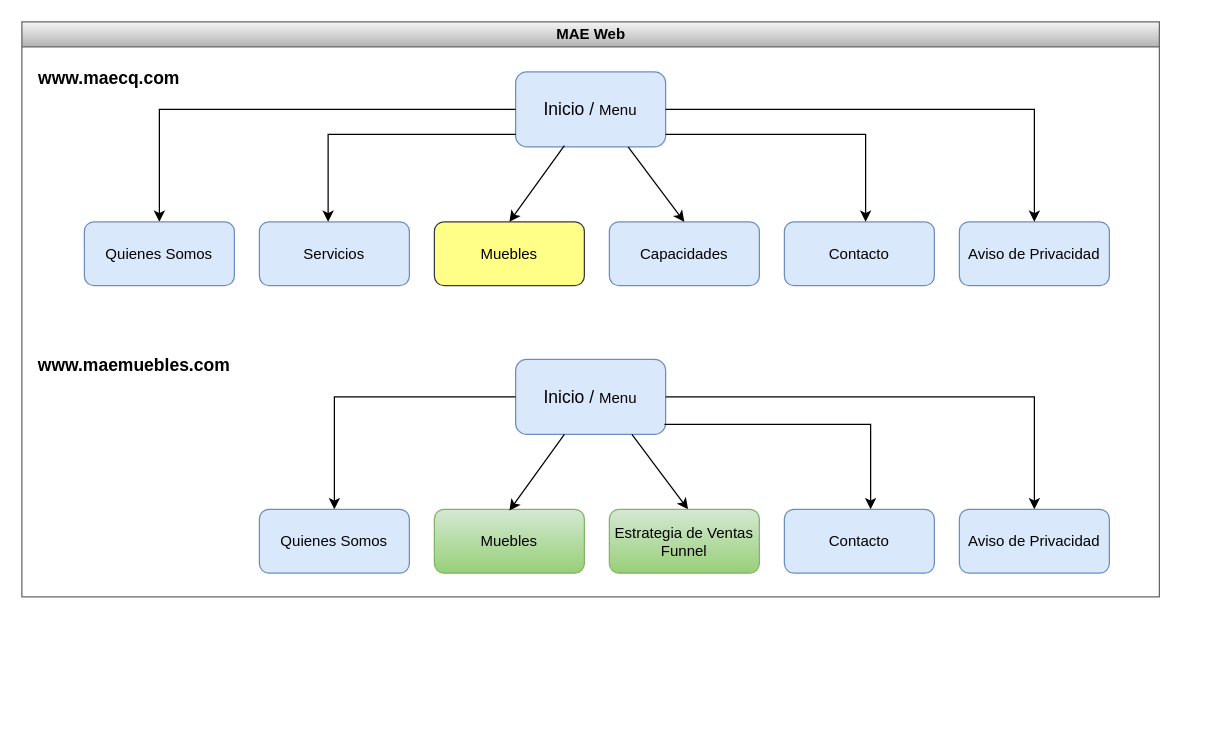
Before: Actual/Diagrama sin título.drawio in RaulGutierrezCarmona/Diagrams, a draw.io diagram. Source tidied: cells renumbered, new cells numbered last; positions are measured from the earlier drawing's top-left corner, leaving out a move shared by most shapes. Both pictures are drawn from the tidied source at 125%, with x=0, y=0 at pixel (21, 21).
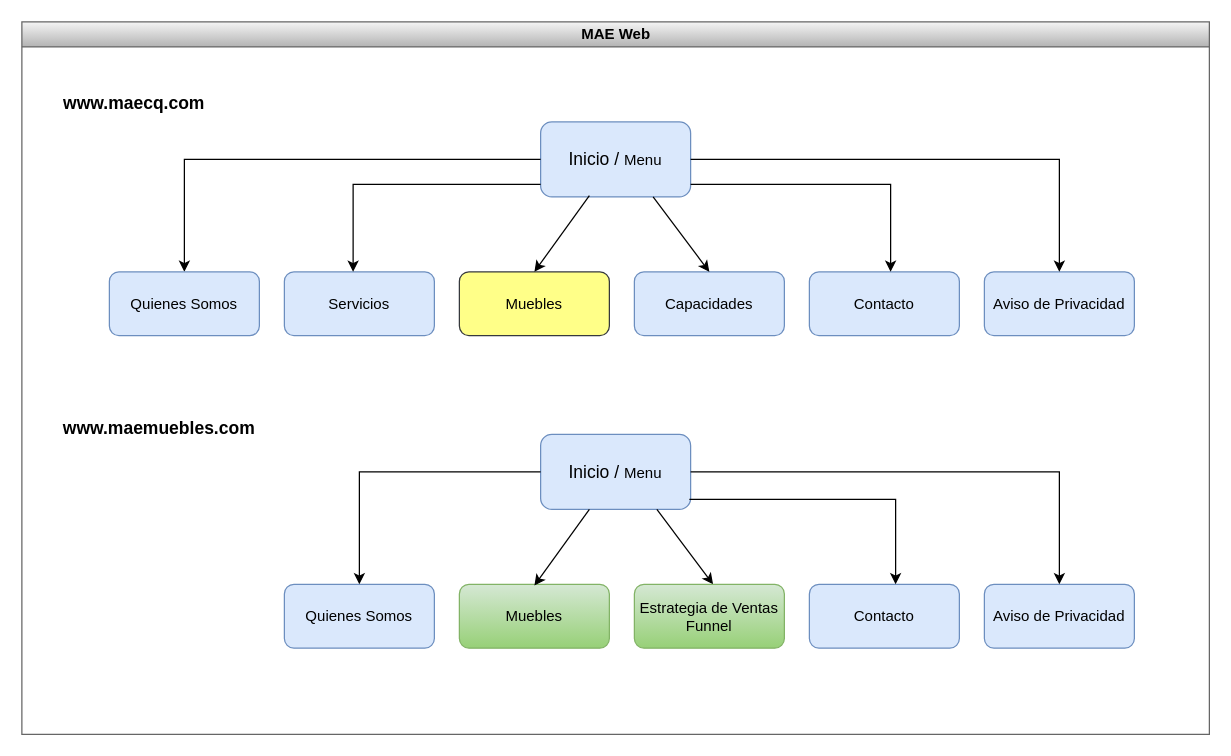
After the change.

Commit message:
Se centra diagrama completo.drawio

Diff of the diagram source:
```diff
@@
     <mxCell id="2" value="MAE Web" style="swimlane;html=1;startSize=20;horizontal=1;containerType=tree;glass=0;fillColor=#f5f5f5;gradientColor=#b3b3b3;strokeColor=#666666;" parent="1" vertex="1">
-      <mxGeometry width="910" height="460" as="geometry" />
+      <mxGeometry width="950" height="570" as="geometry" />
     </mxCell>
     <mxCell id="3" value="&lt;font style=&quot;font-size: 14px;&quot;&gt;Inicio / &lt;/font&gt;&lt;font style=&quot;font-size: 12px;&quot;&gt;Menu&lt;/font&gt;" style="rounded=1;whiteSpace=wrap;html=1;fillColor=#dae8fc;strokeColor=#6c8ebf;" parent="2" vertex="1">
-      <mxGeometry x="395" y="40" width="120" height="60" as="geometry" />
+      <mxGeometry x="415" y="80" width="120" height="60" as="geometry" />
     </mxCell>
     <mxCell id="4" style="edgeStyle=orthogonalEdgeStyle;rounded=0;jettySize=auto;html=1;fontSize=12;entryX=0.5;entryY=0;entryDx=0;entryDy=0;exitX=0;exitY=0.5;exitDx=0;exitDy=0;" parent="2" edge="1" source="3" target="5">
       <mxGeometry relative="1" as="geometry">
         <Array as="points">
-          <mxPoint x="110" y="70" />
+          <mxPoint x="130" y="110" />
         </Array>
       </mxGeometry>
     </mxCell>
     <mxCell id="5" value="&lt;font style=&quot;font-size: 12px;&quot;&gt;Quienes Somos&lt;/font&gt;" style="rounded=1;whiteSpace=wrap;html=1;fillColor=#dae8fc;strokeColor=#6c8ebf;" parent="2" vertex="1">
-      <mxGeometry x="50" y="160" width="120" height="51" as="geometry" />
+      <mxGeometry x="70" y="200" width="120" height="51" as="geometry" />
     </mxCell>
     <mxCell id="6" value="&lt;font style=&quot;font-size: 12px;&quot;&gt;Servicios&lt;/font&gt;" style="rounded=1;whiteSpace=wrap;html=1;fillColor=#dae8fc;strokeColor=#6c8ebf;" parent="2" vertex="1">
-      <mxGeometry x="190" y="160" width="120" height="51" as="geometry" />
+      <mxGeometry x="210" y="200" width="120" height="51" as="geometry" />
     </mxCell>
     <mxCell id="7" value="&lt;font style=&quot;font-size: 12px;&quot;&gt;Muebles&lt;/font&gt;" style="rounded=1;whiteSpace=wrap;html=1;fillColor=#ffff88;strokeColor=#36393d;" parent="2" vertex="1">
-      <mxGeometry x="330" y="160" width="120" height="51" as="geometry" />
+      <mxGeometry x="350" y="200" width="120" height="51" as="geometry" />
     </mxCell>
     <mxCell id="8" value="&lt;font style=&quot;font-size: 12px;&quot;&gt;Contacto&lt;/font&gt;" style="rounded=1;whiteSpace=wrap;html=1;fillColor=#dae8fc;strokeColor=#6c8ebf;" parent="2" vertex="1">
-      <mxGeometry x="610" y="160" width="120" height="51" as="geometry" />
+      <mxGeometry x="630" y="200" width="120" height="51" as="geometry" />
     </mxCell>
     <mxCell id="9" value="&lt;font style=&quot;font-size: 12px;&quot;&gt;Aviso de Privacidad&lt;br&gt;&lt;/font&gt;" style="rounded=1;whiteSpace=wrap;html=1;fillColor=#dae8fc;strokeColor=#6c8ebf;" parent="2" vertex="1">
-      <mxGeometry x="750" y="160" width="120" height="51" as="geometry" />
+      <mxGeometry x="770" y="200" width="120" height="51" as="geometry" />
     </mxCell>
     <mxCell id="10" value="&lt;font style=&quot;font-size: 12px;&quot;&gt;Capacidades&lt;/font&gt;" style="rounded=1;whiteSpace=wrap;html=1;fillColor=#dae8fc;strokeColor=#6c8ebf;" parent="2" vertex="1">
-      <mxGeometry x="470" y="160" width="120" height="51" as="geometry" />
+      <mxGeometry x="490" y="200" width="120" height="51" as="geometry" />
     </mxCell>
     <mxCell id="11" style="endArrow=classic;html=1;rounded=0;fontSize=12;entryX=0.5;entryY=0;entryDx=0;entryDy=0;exitX=0.042;exitY=0.833;exitDx=0;exitDy=0;exitPerimeter=0;" parent="2" edge="1">
       <mxGeometry relative="1" as="geometry">
-        <mxPoint x="395" y="90" as="sourcePoint" />
-        <mxPoint x="245" y="160" as="targetPoint" />
+        <mxPoint x="415" y="130" as="sourcePoint" />
+        <mxPoint x="265" y="200" as="targetPoint" />
         <Array as="points">
-          <mxPoint x="245" y="90" />
+          <mxPoint x="265" y="130" />
         </Array>
       </mxGeometry>
     </mxCell>
@@
     <mxCell id="14" style="endArrow=classic;html=1;rounded=0;fontSize=12;entryX=0.5;entryY=0;entryDx=0;entryDy=0;" parent="2" edge="1">
       <mxGeometry relative="1" as="geometry">
-        <mxPoint x="515" y="90" as="sourcePoint" />
-        <mxPoint x="675" y="160" as="targetPoint" />
+        <mxPoint x="535" y="130" as="sourcePoint" />
+        <mxPoint x="695" y="200" as="targetPoint" />
         <Array as="points">
-          <mxPoint x="675" y="90" />
+          <mxPoint x="695" y="130" />
         </Array>
       </mxGeometry>
     </mxCell>
     <mxCell id="15" style="endArrow=classic;html=1;rounded=0;fontSize=12;exitX=1;exitY=0.5;exitDx=0;exitDy=0;entryX=0.5;entryY=0;entryDx=0;entryDy=0;" parent="2" edge="1" source="3" target="9">
       <mxGeometry relative="1" as="geometry">
         <Array as="points">
-          <mxPoint x="810" y="70" />
+          <mxPoint x="830" y="110" />
         </Array>
       </mxGeometry>
     </mxCell>
     <mxCell id="16" value="&lt;b style=&quot;font-size: 14px;&quot;&gt;www.maecq.com&lt;/b&gt;" style="text;html=1;strokeColor=none;fillColor=none;align=center;verticalAlign=middle;whiteSpace=wrap;rounded=0;fontSize=14;" parent="2" vertex="1">
-      <mxGeometry x="40" y="30" width="60" height="30" as="geometry" />
+      <mxGeometry x="60" y="50" width="60" height="30" as="geometry" />
     </mxCell>
     <mxCell id="17" value="&lt;b style=&quot;font-size: 14px;&quot;&gt;www.maemuebles.com&lt;/b&gt;" style="text;html=1;strokeColor=none;fillColor=none;align=center;verticalAlign=middle;whiteSpace=wrap;rounded=0;fontSize=14;" parent="2" vertex="1">
-      <mxGeometry x="60" y="260" width="60" height="30" as="geometry" />
+      <mxGeometry x="80" y="310" width="60" height="30" as="geometry" />
     </mxCell>
     <mxCell id="18" value="&lt;font style=&quot;font-size: 14px;&quot;&gt;Inicio / &lt;/font&gt;&lt;font style=&quot;font-size: 12px;&quot;&gt;Menu&lt;/font&gt;" style="rounded=1;whiteSpace=wrap;html=1;fillColor=#dae8fc;strokeColor=#6c8ebf;" parent="2" vertex="1">
-      <mxGeometry x="395" y="270" width="120" height="60" as="geometry" />
+      <mxGeometry x="415" y="330" width="120" height="60" as="geometry" />
     </mxCell>
     <mxCell id="19" value="&lt;font style=&quot;font-size: 12px;&quot;&gt;Muebles&lt;/font&gt;" style="rounded=1;whiteSpace=wrap;html=1;fillColor=#d5e8d4;strokeColor=#82b366;gradientColor=#97d077;" parent="2" vertex="1">
-      <mxGeometry x="330" y="390" width="120" height="51" as="geometry" />
+      <mxGeometry x="350" y="450" width="120" height="51" as="geometry" />
     </mxCell>
     <mxCell id="20" style="endArrow=classic;html=1;rounded=0;fontSize=12;exitX=0.325;exitY=0.983;exitDx=0;exitDy=0;exitPerimeter=0;entryX=0.5;entryY=0;entryDx=0;entryDy=0;" parent="2" edge="1">
       <mxGeometry relative="1" as="geometry">
-        <mxPoint x="434" y="330" as="sourcePoint" />
-        <mxPoint x="390" y="391" as="targetPoint" />
+        <mxPoint x="454" y="390" as="sourcePoint" />
+        <mxPoint x="410" y="451" as="targetPoint" />
       </mxGeometry>
     </mxCell>
     <mxCell id="21" value="&lt;font style=&quot;font-size: 12px;&quot;&gt;Quienes Somos&lt;/font&gt;" style="rounded=1;whiteSpace=wrap;html=1;fillColor=#dae8fc;strokeColor=#6c8ebf;" parent="2" vertex="1">
-      <mxGeometry x="190" y="390" width="120" height="51" as="geometry" />
+      <mxGeometry x="210" y="450" width="120" height="51" as="geometry" />
     </mxCell>
     <mxCell id="22" style="edgeStyle=orthogonalEdgeStyle;rounded=0;orthogonalLoop=1;jettySize=auto;html=1;fontSize=12;exitX=0;exitY=0.5;exitDx=0;exitDy=0;" parent="2" edge="1">
       <mxGeometry relative="1" as="geometry">
-        <mxPoint x="395" y="300" as="sourcePoint" />
-        <mxPoint x="250" y="390" as="targetPoint" />
+        <mxPoint x="415" y="360" as="sourcePoint" />
+        <mxPoint x="270" y="450" as="targetPoint" />
         <Array as="points">
-          <mxPoint x="250" y="300" />
-          <mxPoint x="250" y="390" />
+          <mxPoint x="270" y="360" />
+          <mxPoint x="270" y="450" />
         </Array>
       </mxGeometry>
     </mxCell>
     <mxCell id="23" value="&lt;font style=&quot;font-size: 12px;&quot;&gt;Contacto&lt;/font&gt;" style="rounded=1;whiteSpace=wrap;html=1;fillColor=#dae8fc;strokeColor=#6c8ebf;" parent="2" vertex="1">
-      <mxGeometry x="610" y="390" width="120" height="51" as="geometry" />
+      <mxGeometry x="630" y="450" width="120" height="51" as="geometry" />
     </mxCell>
     <mxCell id="24" value="&lt;font style=&quot;font-size: 12px;&quot;&gt;Aviso de Privacidad&lt;br&gt;&lt;/font&gt;" style="rounded=1;whiteSpace=wrap;html=1;fillColor=#dae8fc;strokeColor=#6c8ebf;" parent="2" vertex="1">
-      <mxGeometry x="750" y="390" width="120" height="51" as="geometry" />
+      <mxGeometry x="770" y="450" width="120" height="51" as="geometry" />
     </mxCell>
     <mxCell id="25" style="endArrow=classic;html=1;rounded=0;fontSize=12;exitX=0.75;exitY=1;exitDx=0;exitDy=0;entryX=0.5;entryY=0;entryDx=0;entryDy=0;" parent="2" edge="1">
       <mxGeometry relative="1" as="geometry">
-        <mxPoint x="488" y="330" as="sourcePoint" />
-        <mxPoint x="533" y="390" as="targetPoint" />
+        <mxPoint x="508" y="390" as="sourcePoint" />
+        <mxPoint x="553" y="450" as="targetPoint" />
       </mxGeometry>
     </mxCell>
-    <mxCell id="26" style="endArrow=classic;html=1;rounded=0;fontSize=12;exitX=0.992;exitY=0.867;exitDx=0;exitDy=0;exitPerimeter=0;" parent="2" edge="1" source="18">
+    <mxCell id="26" style="endArrow=classic;html=1;rounded=0;fontSize=12;exitX=0.992;exitY=0.867;exitDx=0;exitDy=0;exitPerimeter=0;" parent="2" edge="1">
       <mxGeometry relative="1" as="geometry">
-        <mxPoint x="679" y="390" as="targetPoint" />
+        <mxPoint x="534" y="382" as="sourcePoint" />
+        <mxPoint x="699" y="450" as="targetPoint" />
         <Array as="points">
-          <mxPoint x="600" y="322" />
-          <mxPoint x="679" y="322" />
+          <mxPoint x="620" y="382" />
+          <mxPoint x="699" y="382" />
         </Array>
       </mxGeometry>
     </mxCell>
     <mxCell id="27" value="&lt;font style=&quot;font-size: 12px;&quot;&gt;Estrategia de Ventas Funnel&lt;/font&gt;" style="rounded=1;whiteSpace=wrap;html=1;fillColor=#d5e8d4;strokeColor=#82b366;gradientColor=#97d077;" parent="2" vertex="1">
-      <mxGeometry x="470" y="390" width="120" height="51" as="geometry" />
+      <mxGeometry x="490" y="450" width="120" height="51" as="geometry" />
     </mxCell>
     <mxCell id="28" style="endArrow=classic;html=1;rounded=0;fontSize=12;exitX=1;exitY=0.5;exitDx=0;exitDy=0;entryX=0.5;entryY=0;entryDx=0;entryDy=0;" parent="2" edge="1">
       <mxGeometry relative="1" as="geometry">
-        <mxPoint x="515" y="300" as="sourcePoint" />
-        <mxPoint x="810" y="390" as="targetPoint" />
+        <mxPoint x="535" y="360" as="sourcePoint" />
+        <mxPoint x="830" y="450" as="targetPoint" />
         <Array as="points">
-          <mxPoint x="810" y="300" />
+          <mxPoint x="830" y="360" />
         </Array>
       </mxGeometry>
     </mxCell>
```
